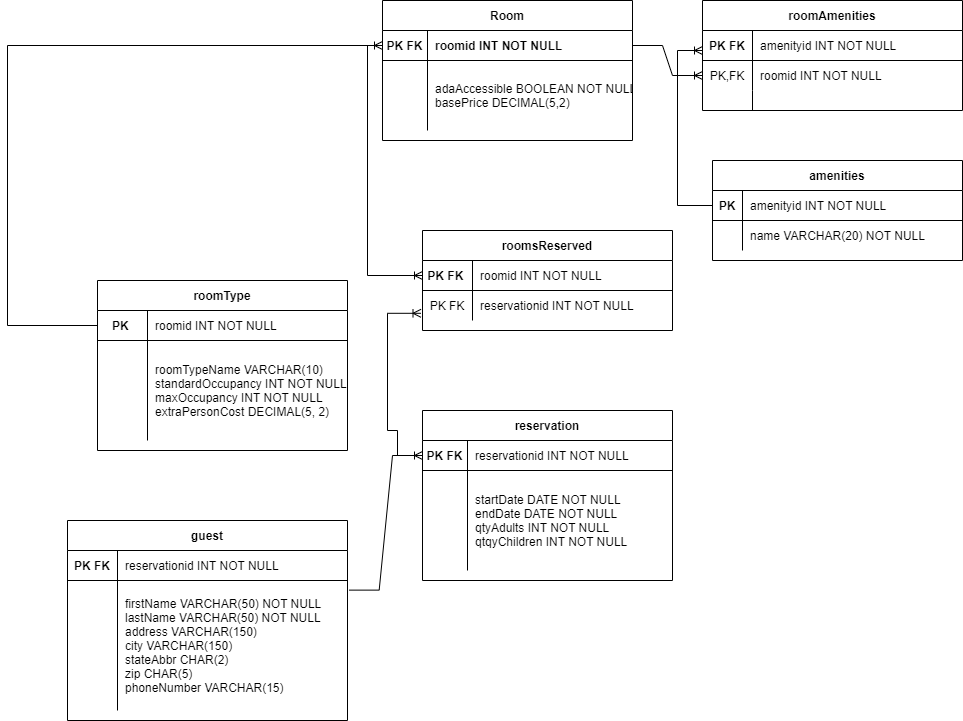
Before: Hotel.drawio.png, a diagram exported from draw.io (winters828/winters828). Source tidied: cells renumbered, new cells last; positions are measured from the earlier drawing's top-left corner, leaving out a move shared by most shapes.
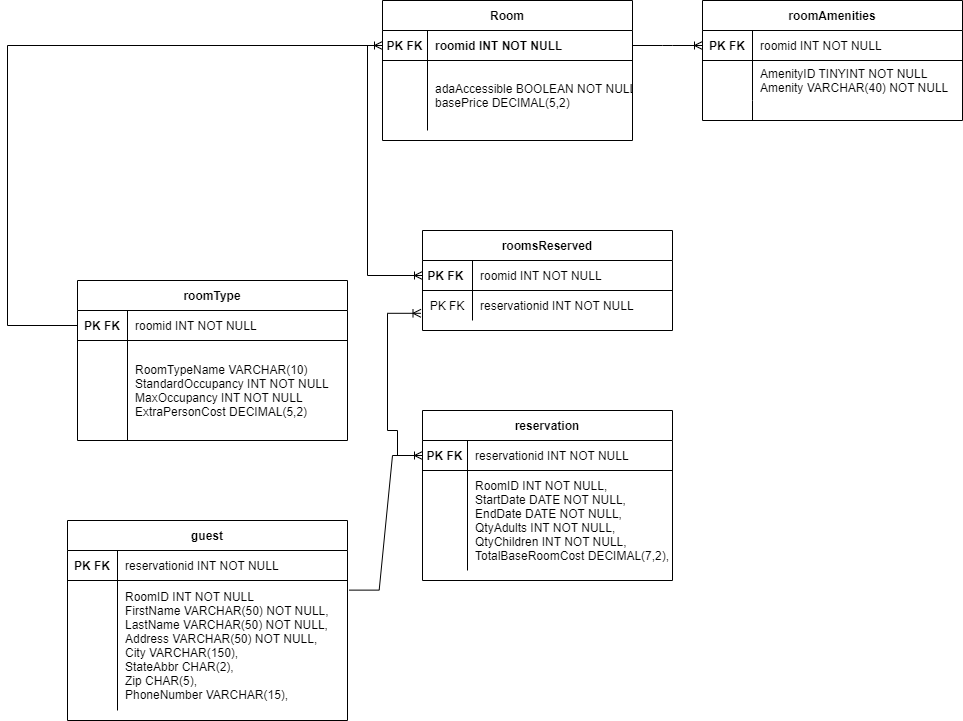
After the change.

The edit, as a diff of the source:
```diff
@@ -3,7 +3,7 @@
     <mxCell id="0" />
     <mxCell id="1" parent="0" />
     <mxCell id="2" value="roomAmenities" style="shape=table;startSize=30;rowLines=0;fontStyle=1;align=center;" parent="1" vertex="1">
-      <mxGeometry x="695" width="260" height="110" as="geometry" />
+      <mxGeometry x="695" width="260" height="120" as="geometry" />
     </mxCell>
     <mxCell id="3" style="shape=partialRectangle;fillColor=none;points=[[0,0.5],[1,0.5]];portConstraint=eastwest;top=0;left=0;right=0;bottom=1;" parent="2" vertex="1">
       <mxGeometry y="30" width="260" height="30" as="geometry" />
@@ -11,20 +11,20 @@
     <mxCell id="4" value="PK FK" style="shape=partialRectangle;overflow=hidden;fillColor=none;top=0;left=0;bottom=0;right=0;fontStyle=1;" parent="3" vertex="1">
       <mxGeometry width="50" height="30" as="geometry" />
     </mxCell>
-    <mxCell id="5" value="amenityid INT NOT NULL" style="shape=partialRectangle;overflow=hidden;fillColor=none;top=0;left=0;bottom=0;right=0;align=left;spacingLeft=6;fontStyle=0;" parent="3" vertex="1">
+    <mxCell id="5" value="roomid INT NOT NULL" style="shape=partialRectangle;overflow=hidden;fillColor=none;top=0;left=0;bottom=0;right=0;align=left;spacingLeft=6;fontStyle=0;" parent="3" vertex="1">
       <mxGeometry x="50" width="210" height="30" as="geometry" />
     </mxCell>
     <mxCell id="6" style="shape=partialRectangle;fillColor=none;points=[[0,0.5],[1,0.5]];portConstraint=eastwest;top=0;left=0;right=0;bottom=0;" parent="2" vertex="1">
-      <mxGeometry y="60" width="260" height="30" as="geometry" />
+      <mxGeometry y="60" width="260" height="40" as="geometry" />
     </mxCell>
-    <mxCell id="7" value="PK,FK" style="shape=partialRectangle;overflow=hidden;fillColor=none;top=0;left=0;bottom=0;right=0;" parent="6" vertex="1">
-      <mxGeometry width="50" height="30" as="geometry" />
+    <mxCell id="7" style="shape=partialRectangle;overflow=hidden;fillColor=none;top=0;left=0;bottom=0;right=0;" parent="6" vertex="1">
+      <mxGeometry width="50" height="40" as="geometry" />
     </mxCell>
-    <mxCell id="8" value="roomid INT NOT NULL" style="shape=partialRectangle;overflow=hidden;fillColor=none;top=0;left=0;bottom=0;right=0;align=left;spacingLeft=6;" parent="6" vertex="1">
-      <mxGeometry x="50" width="210" height="30" as="geometry" />
+    <mxCell id="8" value="AmenityID TINYINT NOT NULL&#10;Amenity VARCHAR(40) NOT NULL" style="shape=partialRectangle;overflow=hidden;fillColor=none;top=0;left=0;bottom=0;right=0;align=left;spacingLeft=6;" parent="6" vertex="1">
+      <mxGeometry x="50" width="210" height="40" as="geometry" />
     </mxCell>
     <mxCell id="9" style="shape=partialRectangle;fillColor=none;top=0;left=0;right=0;bottom=0;" parent="2" vertex="1">
-      <mxGeometry y="90" width="260" height="20" as="geometry" />
+      <mxGeometry y="100" width="260" height="20" as="geometry" />
     </mxCell>
     <mxCell id="10" style="shape=partialRectangle;overflow=hidden;fillColor=none;top=0;left=0;bottom=0;right=0;" parent="9" vertex="1">
       <mxGeometry width="50" height="20" as="geometry" />
@@ -32,27 +32,6 @@
     <mxCell id="11" style="shape=partialRectangle;overflow=hidden;fillColor=none;top=0;left=0;bottom=0;right=0;align=left;spacingLeft=6;" parent="9" vertex="1">
       <mxGeometry x="50" width="210" height="20" as="geometry" />
     </mxCell>
-    <mxCell id="12" value="amenities" style="shape=table;startSize=30;rowLines=0;fontStyle=1;align=center;" parent="1" vertex="1">
-      <mxGeometry x="705" y="160" width="250" height="100" as="geometry" />
-    </mxCell>
-    <mxCell id="13" style="shape=partialRectangle;fillColor=none;points=[[0,0.5],[1,0.5]];portConstraint=eastwest;top=0;left=0;right=0;bottom=1;" parent="12" vertex="1">
-      <mxGeometry y="30" width="250" height="30" as="geometry" />
-    </mxCell>
-    <mxCell id="14" value="PK" style="shape=partialRectangle;overflow=hidden;fillColor=none;top=0;left=0;bottom=0;right=0;fontStyle=1;" parent="13" vertex="1">
-      <mxGeometry width="30" height="30" as="geometry" />
-    </mxCell>
-    <mxCell id="15" value="amenityid INT NOT NULL" style="shape=partialRectangle;overflow=hidden;fillColor=none;top=0;left=0;bottom=0;right=0;align=left;spacingLeft=6;fontStyle=0;" parent="13" vertex="1">
-      <mxGeometry x="30" width="220" height="30" as="geometry" />
-    </mxCell>
-    <mxCell id="16" style="shape=partialRectangle;fillColor=none;top=0;left=0;right=0;bottom=0;" parent="12" vertex="1">
-      <mxGeometry y="60" width="250" height="30" as="geometry" />
-    </mxCell>
-    <mxCell id="17" style="shape=partialRectangle;overflow=hidden;fillColor=none;top=0;left=0;bottom=0;right=0;" parent="16" vertex="1">
-      <mxGeometry width="30" height="30" as="geometry" />
-    </mxCell>
-    <mxCell id="18" value="name VARCHAR(20) NOT NULL" style="shape=partialRectangle;overflow=hidden;fillColor=none;top=0;left=0;bottom=0;right=0;align=left;spacingLeft=6;" parent="16" vertex="1">
-      <mxGeometry x="30" width="220" height="30" as="geometry" />
-    </mxCell>
     <mxCell id="19" value="Room" style="shape=table;startSize=30;rowLines=0;fontStyle=1;align=center;" parent="1" vertex="1">
       <mxGeometry x="375" width="250" height="140" as="geometry" />
     </mxCell>
@@ -96,25 +75,25 @@
       <mxGeometry x="50" width="200" height="30" as="geometry" />
     </mxCell>
     <mxCell id="33" value="roomType" style="shape=table;startSize=30;rowLines=0;fontStyle=1;align=center;" parent="1" vertex="1">
-      <mxGeometry x="90" y="280" width="250" height="170" as="geometry" />
+      <mxGeometry x="70" y="280" width="270" height="160" as="geometry" />
     </mxCell>
     <mxCell id="34" style="shape=partialRectangle;fillColor=none;points=[[0,0.5],[1,0.5]];portConstraint=eastwest;top=0;left=0;right=0;bottom=1;" parent="33" vertex="1">
-      <mxGeometry y="30" width="250" height="30" as="geometry" />
+      <mxGeometry y="30" width="270" height="30" as="geometry" />
     </mxCell>
-    <mxCell id="35" value="PK " style="shape=partialRectangle;overflow=hidden;fillColor=none;top=0;left=0;bottom=0;right=0;fontStyle=1;" parent="34" vertex="1">
+    <mxCell id="35" value="PK FK" style="shape=partialRectangle;overflow=hidden;fillColor=none;top=0;left=0;bottom=0;right=0;fontStyle=1;" parent="34" vertex="1">
       <mxGeometry width="50" height="30" as="geometry" />
     </mxCell>
     <mxCell id="36" value="roomid INT NOT NULL" style="shape=partialRectangle;overflow=hidden;fillColor=none;top=0;left=0;bottom=0;right=0;align=left;spacingLeft=6;fontStyle=0;" parent="34" vertex="1">
-      <mxGeometry x="50" width="200" height="30" as="geometry" />
+      <mxGeometry x="50" width="220" height="30" as="geometry" />
     </mxCell>
     <mxCell id="37" style="shape=partialRectangle;fillColor=none;top=0;left=0;right=0;bottom=0;" parent="33" vertex="1">
-      <mxGeometry y="60" width="250" height="100" as="geometry" />
+      <mxGeometry y="60" width="270" height="100" as="geometry" />
     </mxCell>
     <mxCell id="38" style="shape=partialRectangle;overflow=hidden;fillColor=none;top=0;left=0;bottom=0;right=0;" parent="37" vertex="1">
       <mxGeometry width="50" height="100" as="geometry" />
     </mxCell>
-    <mxCell id="39" value="roomTypeName VARCHAR(10)&#10;standardOccupancy INT NOT NULL&#10;maxOccupancy INT NOT NULL&#10;extraPersonCost DECIMAL(5, 2)" style="shape=partialRectangle;overflow=hidden;fillColor=none;top=0;left=0;bottom=0;right=0;align=left;spacingLeft=6;" parent="37" vertex="1">
-      <mxGeometry x="50" width="200" height="100" as="geometry" />
+    <mxCell id="39" value="RoomTypeName VARCHAR(10)&#10;&#9;StandardOccupancy INT NOT NULL&#10;&#9;MaxOccupancy INT NOT NULL&#10;&#9;ExtraPersonCost DECIMAL(5,2)" style="shape=partialRectangle;overflow=hidden;fillColor=none;top=0;left=0;bottom=0;right=0;align=left;spacingLeft=6;" parent="37" vertex="1">
+      <mxGeometry x="50" width="220" height="100" as="geometry" />
     </mxCell>
     <mxCell id="40" value="reservation" style="shape=table;startSize=30;rowLines=0;fontStyle=1;align=center;" parent="1" vertex="1">
       <mxGeometry x="415" y="410" width="250" height="170" as="geometry" />
@@ -134,7 +113,7 @@
     <mxCell id="45" style="shape=partialRectangle;overflow=hidden;fillColor=none;top=0;left=0;bottom=0;right=0;" parent="44" vertex="1">
       <mxGeometry width="45" height="100" as="geometry" />
     </mxCell>
-    <mxCell id="46" value="startDate DATE NOT NULL&#10;endDate DATE NOT NULL&#10;qtyAdults INT NOT NULL&#10;qtqyChildren INT NOT NULL" style="shape=partialRectangle;overflow=hidden;fillColor=none;top=0;left=0;bottom=0;right=0;align=left;spacingLeft=6;" parent="44" vertex="1">
+    <mxCell id="46" value="RoomID INT NOT NULL,&#10;StartDate DATE NOT NULL, &#10;EndDate DATE NOT NULL,&#10;QtyAdults INT NOT NULL,&#10;QtyChildren INT NOT NULL,&#10;TotalBaseRoomCost DECIMAL(7,2)," style="shape=partialRectangle;overflow=hidden;fillColor=none;top=0;left=0;bottom=0;right=0;align=left;spacingLeft=6;" parent="44" vertex="1">
       <mxGeometry x="45" width="205" height="100" as="geometry" />
     </mxCell>
     <mxCell id="47" value="guest" style="shape=table;startSize=30;rowLines=0;fontStyle=1;align=center;" parent="1" vertex="1">
@@ -155,7 +134,7 @@
     <mxCell id="52" style="shape=partialRectangle;overflow=hidden;fillColor=none;top=0;left=0;bottom=0;right=0;" parent="51" vertex="1">
       <mxGeometry width="50" height="130" as="geometry" />
     </mxCell>
-    <mxCell id="53" value="firstName VARCHAR(50) NOT NULL&#10;lastName VARCHAR(50) NOT NULL&#10;address VARCHAR(150)&#10;city VARCHAR(150)&#10;stateAbbr CHAR(2)&#10;zip CHAR(5)&#10;phoneNumber VARCHAR(15)" style="shape=partialRectangle;overflow=hidden;fillColor=none;top=0;left=0;bottom=0;right=0;align=left;spacingLeft=6;" parent="51" vertex="1">
+    <mxCell id="53" value="RoomID INT NOT NULL&#10;FirstName VARCHAR(50) NOT NULL, &#10;LastName VARCHAR(50) NOT NULL,&#10;Address VARCHAR(50) NOT NULL,&#10;City VARCHAR(150),&#10;StateAbbr CHAR(2),&#10;Zip CHAR(5),&#10;PhoneNumber VARCHAR(15)," style="shape=partialRectangle;overflow=hidden;fillColor=none;top=0;left=0;bottom=0;right=0;align=left;spacingLeft=6;" parent="51" vertex="1">
       <mxGeometry x="50" width="230" height="130" as="geometry" />
     </mxCell>
     <mxCell id="54" style="edgeStyle=entityRelationEdgeStyle;fontSize=12;html=1;endArrow=ERoneToMany;rounded=0;exitX=1.006;exitY=0.074;exitDx=0;exitDy=0;exitPerimeter=0;entryX=0;entryY=0.5;entryDx=0;entryDy=0;" parent="1" edge="1" source="51" target="41">
@@ -187,17 +166,8 @@
         </Array>
       </mxGeometry>
     </mxCell>
-    <mxCell id="58" style="edgeStyle=entityRelationEdgeStyle;fontSize=12;html=1;endArrow=ERoneToMany;rounded=0;exitX=1;exitY=0.5;exitDx=0;exitDy=0;entryX=0;entryY=0.5;entryDx=0;entryDy=0;" parent="1" edge="1" source="20" target="6">
+    <mxCell id="58" style="edgeStyle=entityRelationEdgeStyle;fontSize=12;html=1;endArrow=ERoneToMany;rounded=0;exitX=1;exitY=0.5;exitDx=0;exitDy=0;entryX=0;entryY=0.5;entryDx=0;entryDy=0;" parent="1" edge="1" source="20" target="3">
       <mxGeometry relative="1" as="geometry" />
     </mxCell>
-    <mxCell id="59" style="edgeStyle=orthogonalEdgeStyle;fontSize=12;html=1;endArrow=ERoneToMany;rounded=0;exitX=0;exitY=0.5;exitDx=0;exitDy=0;" parent="1" edge="1" source="13">
-      <mxGeometry relative="1" as="geometry">
-        <mxPoint x="695" y="50" as="targetPoint" />
-        <Array as="points">
-          <mxPoint x="670" y="205" />
-          <mxPoint x="670" y="50" />
-        </Array>
-      </mxGeometry>
-    </mxCell>
   </root>
 </mxGraphModel>
```
